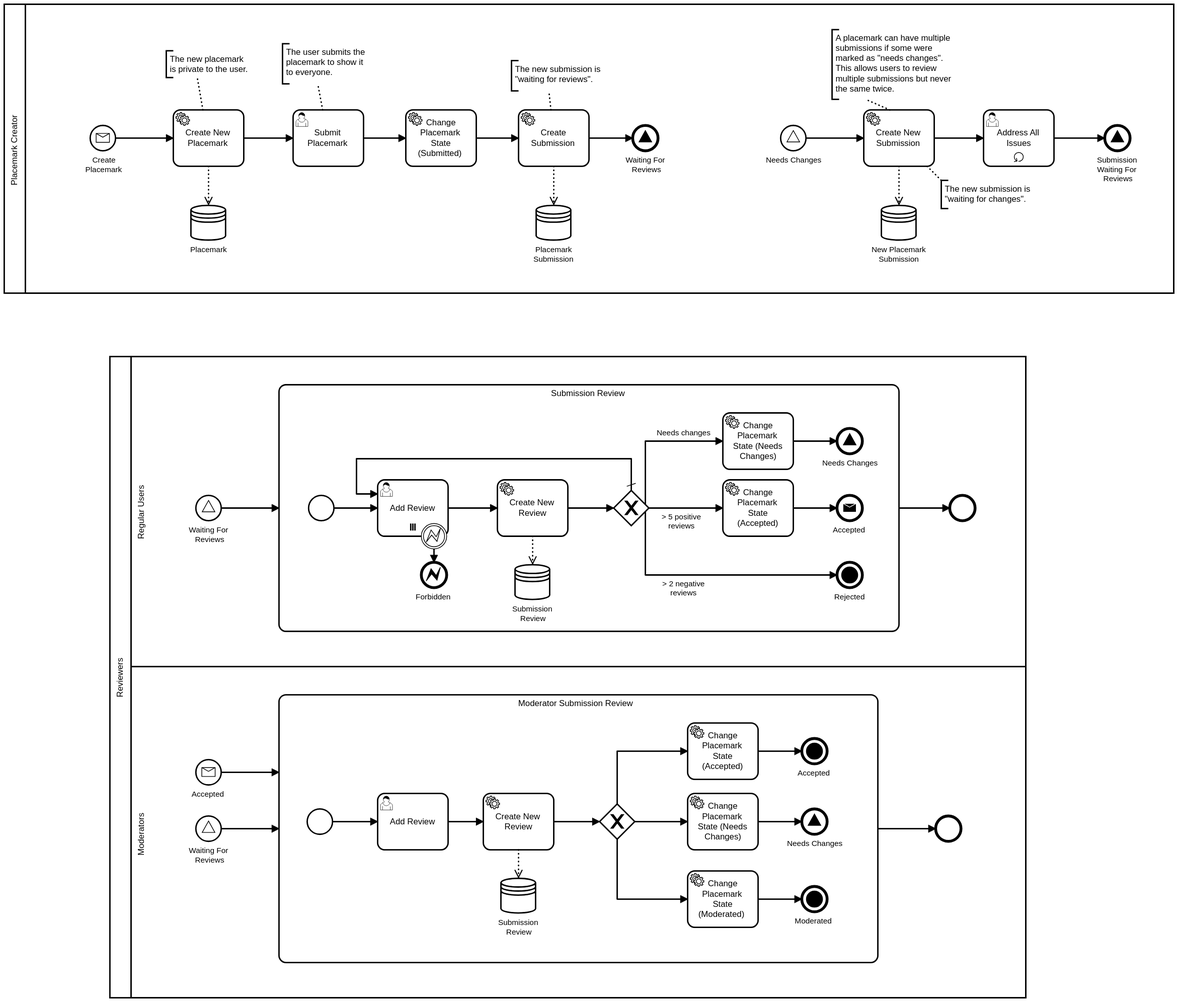
Above: assets/diagrams/placemark-submission.svg in MonkiProjects/monki-projects-api-specs (BPMN), before the change. Its source is kept beside it as diagrams/placemark-submission.bpmn. Ids are renumbered.
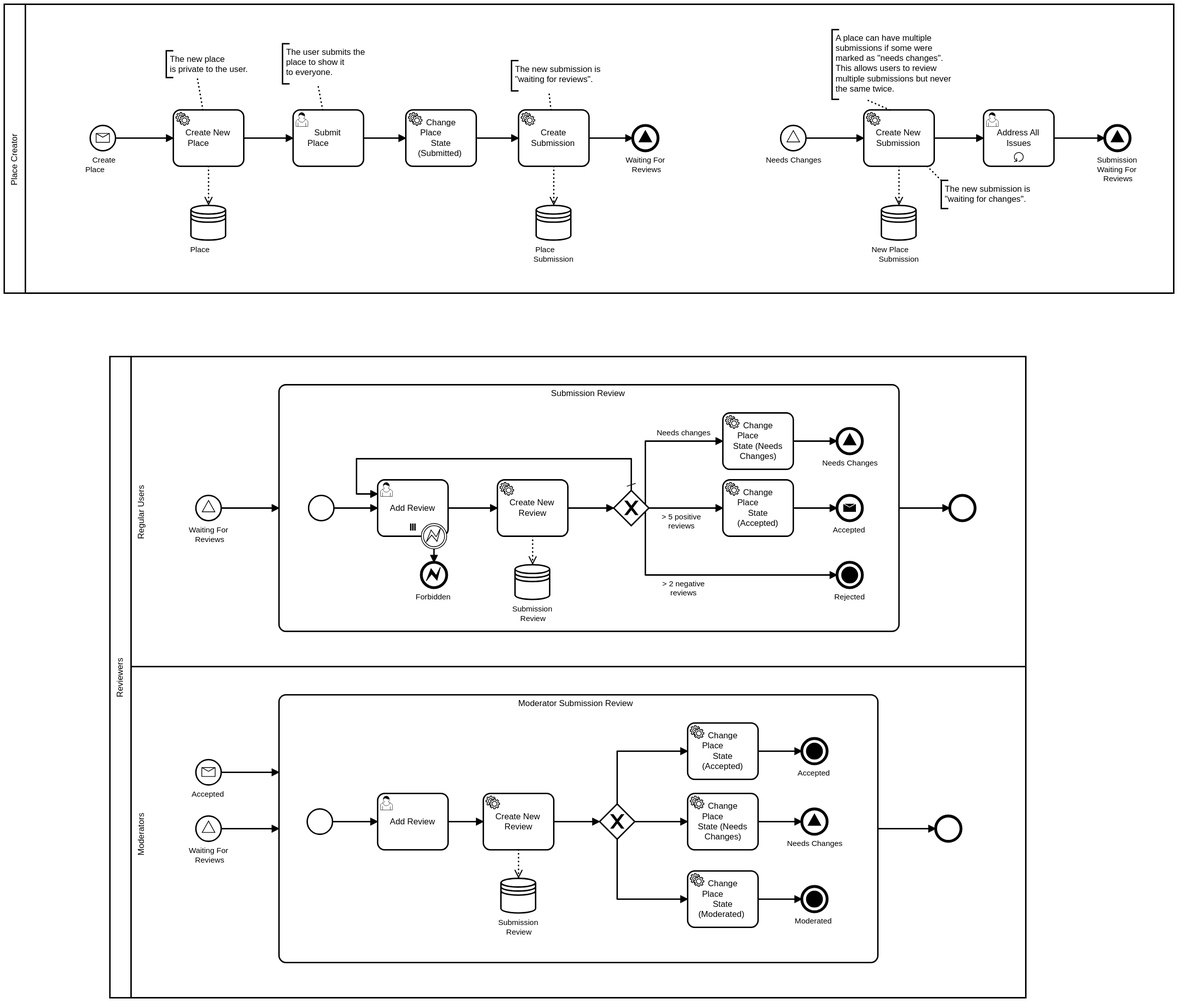
Above is the later version.

The edit, as a diff of the source:
```diff
@@ -1,6 +1,6 @@
 <bpmn:definitions xmlns:xsi="http://www.w3.org/2001/XMLSchema-instance" xmlns:bpmn="http://www.omg.org/spec/BPMN/20100524/MODEL" xmlns:bpmndi="http://www.omg.org/spec/BPMN/20100524/DI" xmlns:dc="http://www.omg.org/spec/DD/20100524/DC" xmlns:di="http://www.omg.org/spec/DD/20100524/DI" id="Definitions_n1" targetNamespace="http://bpmn.io/schema/bpmn" exporter="bpmn-js (https://demo.bpmn.io)" exporterVersion="8.0.1">
   <bpmn:collaboration id="Collaboration_n2">
-    <bpmn:participant id="Participant_n3" name="Placemark Creator" processRef="Process_n4" />
+    <bpmn:participant id="Participant_n3" name="Place Creator" processRef="Process_n4" />
     <bpmn:participant id="Participant_n5" name="Reviewers" processRef="Process_n6" />
   </bpmn:collaboration>
   <bpmn:process id="Process_n4">
@@ -18,7 +18,7 @@
         <bpmn:flowNodeRef>Event_n18</bpmn:flowNodeRef>
       </bpmn:lane>
     </bpmn:laneSet>
-    <bpmn:startEvent id="StartEvent_n9" name="Create Placemark">
+    <bpmn:startEvent id="StartEvent_n9" name="Create Place">
       <bpmn:outgoing>Flow_n19</bpmn:outgoing>
       <bpmn:messageEventDefinition id="MessageEventDefinition_n20" />
     </bpmn:startEvent>
@@ -29,23 +29,23 @@
         <bpmn:targetRef>DataStoreReference_n24</bpmn:targetRef>
       </bpmn:dataOutputAssociation>
     </bpmn:serviceTask>
-    <bpmn:serviceTask id="Activity_n11" name="Create New Placemark">
+    <bpmn:serviceTask id="Activity_n11" name="Create New Place">
       <bpmn:incoming>Flow_n19</bpmn:incoming>
       <bpmn:outgoing>Flow_n25</bpmn:outgoing>
       <bpmn:dataOutputAssociation id="DataOutputAssociation_n26">
         <bpmn:targetRef>DataStoreReference_n27</bpmn:targetRef>
       </bpmn:dataOutputAssociation>
     </bpmn:serviceTask>
-    <bpmn:userTask id="Activity_n12" name="Submit Placemark">
+    <bpmn:userTask id="Activity_n12" name="Submit Place">
       <bpmn:incoming>Flow_n25</bpmn:incoming>
       <bpmn:outgoing>Flow_n28</bpmn:outgoing>
     </bpmn:userTask>
-    <bpmn:serviceTask id="Activity_n13" name="Change Placemark State (Submitted)">
+    <bpmn:serviceTask id="Activity_n13" name="Change Place State (Submitted)">
       <bpmn:incoming>Flow_n28</bpmn:incoming>
       <bpmn:outgoing>Flow_n21</bpmn:outgoing>
     </bpmn:serviceTask>
-    <bpmn:dataStoreReference id="DataStoreReference_n24" name="Placemark Submission" />
-    <bpmn:dataStoreReference id="DataStoreReference_n27" name="Placemark" />
+    <bpmn:dataStoreReference id="DataStoreReference_n24" name="Place Submission" />
+    <bpmn:dataStoreReference id="DataStoreReference_n27" name="Place" />
     <bpmn:startEvent id="Event_n14" name="Needs Changes">
       <bpmn:outgoing>Flow_n29</bpmn:outgoing>
       <bpmn:signalEventDefinition id="SignalEventDefinition_n30" />
@@ -62,7 +62,7 @@
         <bpmn:targetRef>DataStoreReference_n34</bpmn:targetRef>
       </bpmn:dataOutputAssociation>
     </bpmn:serviceTask>
-    <bpmn:dataStoreReference id="DataStoreReference_n34" name="New Placemark Submission" />
+    <bpmn:dataStoreReference id="DataStoreReference_n34" name="New Place Submission" />
     <bpmn:endEvent id="Event_n17" name="Submission Waiting For Reviews">
       <bpmn:incoming>Flow_n32</bpmn:incoming>
       <bpmn:signalEventDefinition id="SignalEventDefinition_n35" />
@@ -80,13 +80,13 @@
     <bpmn:sequenceFlow id="Flow_n31" sourceRef="Activity_n16" targetRef="Activity_n15" />
     <bpmn:sequenceFlow id="Flow_n32" sourceRef="Activity_n15" targetRef="Event_n17" />
     <bpmn:textAnnotation id="TextAnnotation_n37">
-      <bpmn:text>The user submits the placemark to show it to everyone.</bpmn:text>
+      <bpmn:text>The user submits the place to show it to everyone.</bpmn:text>
     </bpmn:textAnnotation>
     <bpmn:textAnnotation id="TextAnnotation_n38">
-      <bpmn:text>The new placemark is private to the user.</bpmn:text>
+      <bpmn:text>The new place is private to the user.</bpmn:text>
     </bpmn:textAnnotation>
     <bpmn:textAnnotation id="TextAnnotation_n39">
-      <bpmn:text>A placemark can have multiple submissions if some were marked as "needs changes".
+      <bpmn:text>A place can have multiple submissions if some were marked as "needs changes".
 This allows users to review multiple submissions but never the same twice.</bpmn:text>
     </bpmn:textAnnotation>
     <bpmn:textAnnotation id="TextAnnotation_n40">
@@ -142,7 +142,7 @@
       <bpmn:sequenceFlow id="Flow_n72" name="&#62; 2 negative reviews" sourceRef="Gateway_n66" targetRef="Event_n73" />
       <bpmn:sequenceFlow id="Flow_n74" sourceRef="Event_n75" targetRef="Activity_n67" />
       <bpmn:sequenceFlow id="Flow_n76" sourceRef="Activity_n67" targetRef="Activity_n77" />
-      <bpmn:serviceTask id="Activity_n71" name="Change Placemark State (Accepted)">
+      <bpmn:serviceTask id="Activity_n71" name="Change Place State (Accepted)">
         <bpmn:incoming>Flow_n70</bpmn:incoming>
         <bpmn:outgoing>Flow_n78</bpmn:outgoing>
       </bpmn:serviceTask>
@@ -166,7 +166,7 @@
       <bpmn:startEvent id="Event_n75">
         <bpmn:outgoing>Flow_n74</bpmn:outgoing>
       </bpmn:startEvent>
-      <bpmn:serviceTask id="Activity_n69" name="Change Placemark State (Needs Changes)">
+      <bpmn:serviceTask id="Activity_n69" name="Change Place State (Needs Changes)">
         <bpmn:incoming>Flow_n68</bpmn:incoming>
         <bpmn:outgoing>Flow_n81</bpmn:outgoing>
       </bpmn:serviceTask>
@@ -245,15 +245,15 @@
       <bpmn:sequenceFlow id="Flow_n103" sourceRef="Activity_n110" targetRef="Event_n102" />
       <bpmn:sequenceFlow id="Flow_n106" sourceRef="Activity_n111" targetRef="Event_n105" />
       <bpmn:sequenceFlow id="Flow_n113" sourceRef="Activity_n109" targetRef="Event_n112" />
-      <bpmn:serviceTask id="Activity_n110" name="Change Placemark State (Accepted)">
+      <bpmn:serviceTask id="Activity_n110" name="Change Place State (Accepted)">
         <bpmn:incoming>Flow_n100</bpmn:incoming>
         <bpmn:outgoing>Flow_n103</bpmn:outgoing>
       </bpmn:serviceTask>
-      <bpmn:serviceTask id="Activity_n109" name="Change Placemark State (Needs Changes)">
+      <bpmn:serviceTask id="Activity_n109" name="Change Place State (Needs Changes)">
         <bpmn:incoming>Flow_n99</bpmn:incoming>
         <bpmn:outgoing>Flow_n113</bpmn:outgoing>
       </bpmn:serviceTask>
-      <bpmn:serviceTask id="Activity_n111" name="Change Placemark State (Moderated)">
+      <bpmn:serviceTask id="Activity_n111" name="Change Place State (Moderated)">
         <bpmn:incoming>Flow_n101</bpmn:incoming>
         <bpmn:outgoing>Flow_n106</bpmn:outgoing>
       </bpmn:serviceTask>
```
